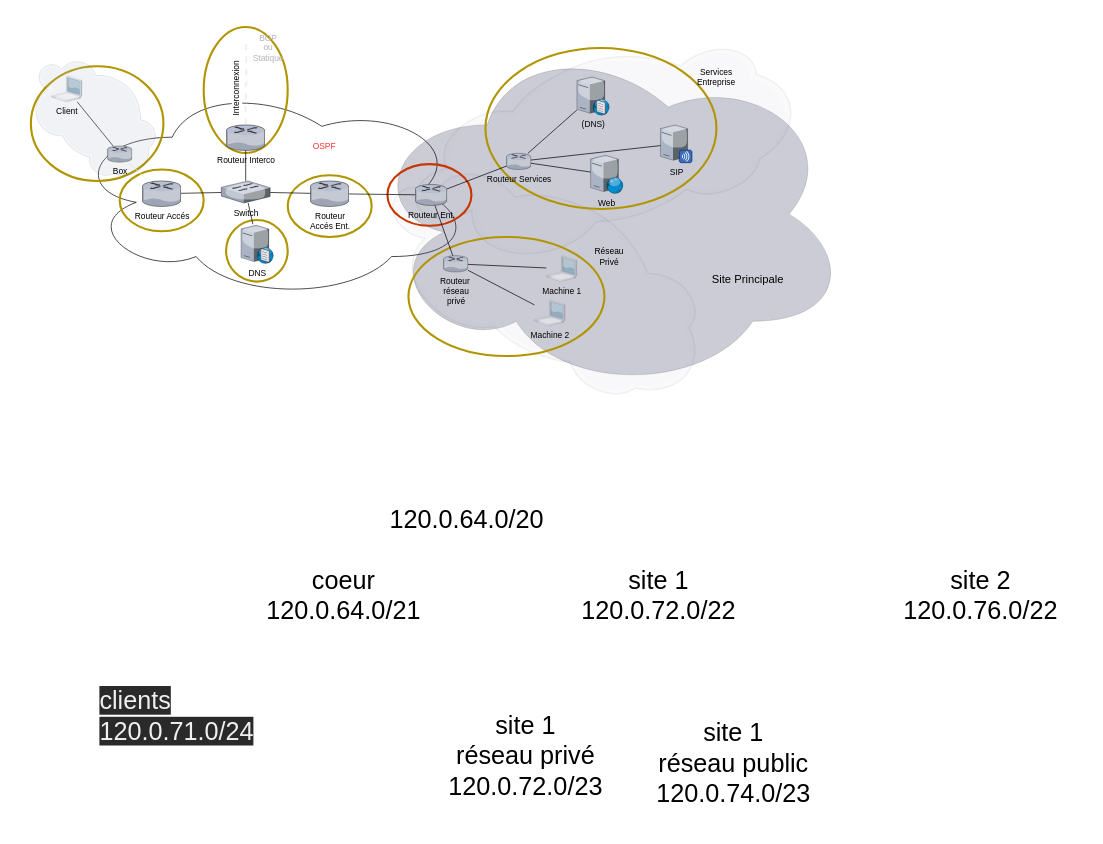
Before: schema.drawio in DinoGurnari/Projet_Interco_GroupeA4, a draw.io diagram. Source tidied: cells renumbered, new cells numbered last; positions are measured from the earlier drawing's top-left corner, leaving out a move shared by most shapes. Both pictures are drawn from the tidied source at 70%, with x=0, y=0 at pixel (23, 27).
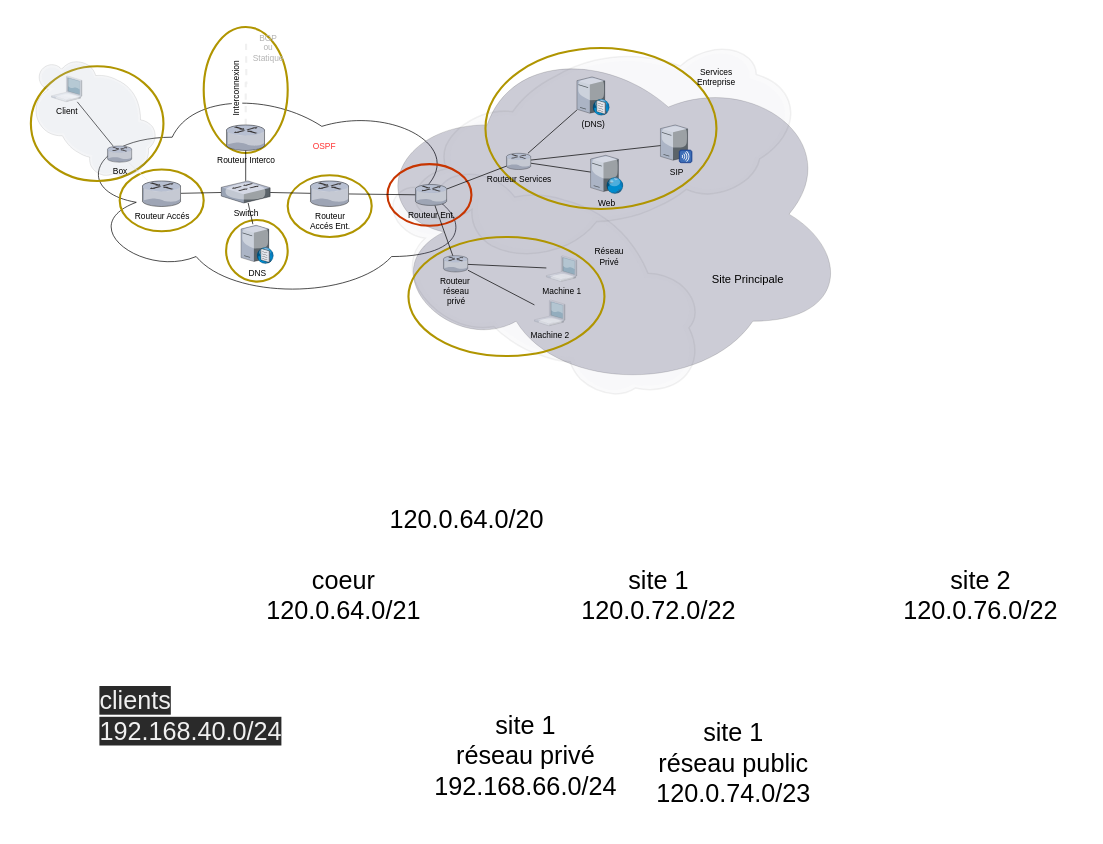
The same page after the edit.

Diff of the diagram source:
```diff
@@
-    <mxCell id="54" value="&lt;font style=&quot;font-size: 36px&quot;&gt;&lt;br&gt;site 1&lt;br&gt;réseau privé&lt;br&gt; 120.0.72.0/23&lt;/font&gt;" style="text;html=1;strokeColor=none;fillColor=none;align=center;verticalAlign=middle;whiteSpace=wrap;rounded=0;" parent="1" vertex="1">
+    <mxCell id="54" value="&lt;font style=&quot;font-size: 36px&quot;&gt;&lt;br&gt;site 1&lt;br&gt;réseau privé&lt;br&gt;192.168.66.0/24&lt;/font&gt;" style="text;html=1;strokeColor=none;fillColor=none;align=center;verticalAlign=middle;whiteSpace=wrap;rounded=0;" parent="1" vertex="1">
       <mxGeometry x="560" y="909" width="315" height="220" as="geometry" />
     </mxCell>
@@
-    <mxCell id="56" value="&lt;br style=&quot;color: rgb(240 , 240 , 240) ; font-family: &amp;#34;helvetica&amp;#34; ; font-size: 36px ; font-style: normal ; font-weight: 400 ; letter-spacing: normal ; text-align: center ; text-indent: 0px ; text-transform: none ; word-spacing: 0px ; background-color: rgb(42 , 42 , 42)&quot;&gt;&lt;span style=&quot;color: rgb(240 , 240 , 240) ; font-family: &amp;#34;helvetica&amp;#34; ; font-size: 36px ; font-style: normal ; font-weight: 400 ; letter-spacing: normal ; text-align: center ; text-indent: 0px ; text-transform: none ; word-spacing: 0px ; background-color: rgb(42 , 42 , 42) ; display: inline ; float: none&quot;&gt;clients&lt;/span&gt;&lt;br style=&quot;color: rgb(240 , 240 , 240) ; font-family: &amp;#34;helvetica&amp;#34; ; font-size: 36px ; font-style: normal ; font-weight: 400 ; letter-spacing: normal ; text-align: center ; text-indent: 0px ; text-transform: none ; word-spacing: 0px ; background-color: rgb(42 , 42 , 42)&quot;&gt;&lt;span style=&quot;color: rgb(240 , 240 , 240) ; font-family: &amp;#34;helvetica&amp;#34; ; font-size: 36px ; font-style: normal ; font-weight: 400 ; letter-spacing: normal ; text-align: center ; text-indent: 0px ; text-transform: none ; word-spacing: 0px ; background-color: rgb(42 , 42 , 42) ; display: inline ; float: none&quot;&gt;120.0.71.0/24&lt;/span&gt;" style="text;whiteSpace=wrap;html=1;" parent="1" vertex="1">
+    <mxCell id="56" value="&lt;br style=&quot;color: rgb(240 , 240 , 240) ; font-family: &amp;#34;helvetica&amp;#34; ; font-size: 36px ; font-style: normal ; font-weight: 400 ; letter-spacing: normal ; text-align: center ; text-indent: 0px ; text-transform: none ; word-spacing: 0px ; background-color: rgb(42 , 42 , 42)&quot;&gt;&lt;span style=&quot;color: rgb(240 , 240 , 240) ; font-family: &amp;#34;helvetica&amp;#34; ; font-size: 36px ; font-style: normal ; font-weight: 400 ; letter-spacing: normal ; text-align: center ; text-indent: 0px ; text-transform: none ; word-spacing: 0px ; background-color: rgb(42 , 42 , 42) ; display: inline ; float: none&quot;&gt;clients&lt;/span&gt;&lt;br style=&quot;color: rgb(240 , 240 , 240) ; font-family: &amp;#34;helvetica&amp;#34; ; font-size: 36px ; font-style: normal ; font-weight: 400 ; letter-spacing: normal ; text-align: center ; text-indent: 0px ; text-transform: none ; word-spacing: 0px ; background-color: rgb(42 , 42 , 42)&quot;&gt;&lt;span style=&quot;color: rgb(240 , 240 , 240) ; font-family: &amp;#34;helvetica&amp;#34; ; font-size: 36px ; font-style: normal ; font-weight: 400 ; letter-spacing: normal ; text-align: center ; text-indent: 0px ; text-transform: none ; word-spacing: 0px ; background-color: rgb(42 , 42 , 42) ; display: inline ; float: none&quot;&gt;192.168.40.0/24&lt;/span&gt;" style="text;whiteSpace=wrap;html=1;" parent="1" vertex="1">
       <mxGeometry x="106.5" y="920" width="250" height="230" as="geometry" />
     </mxCell>
```
